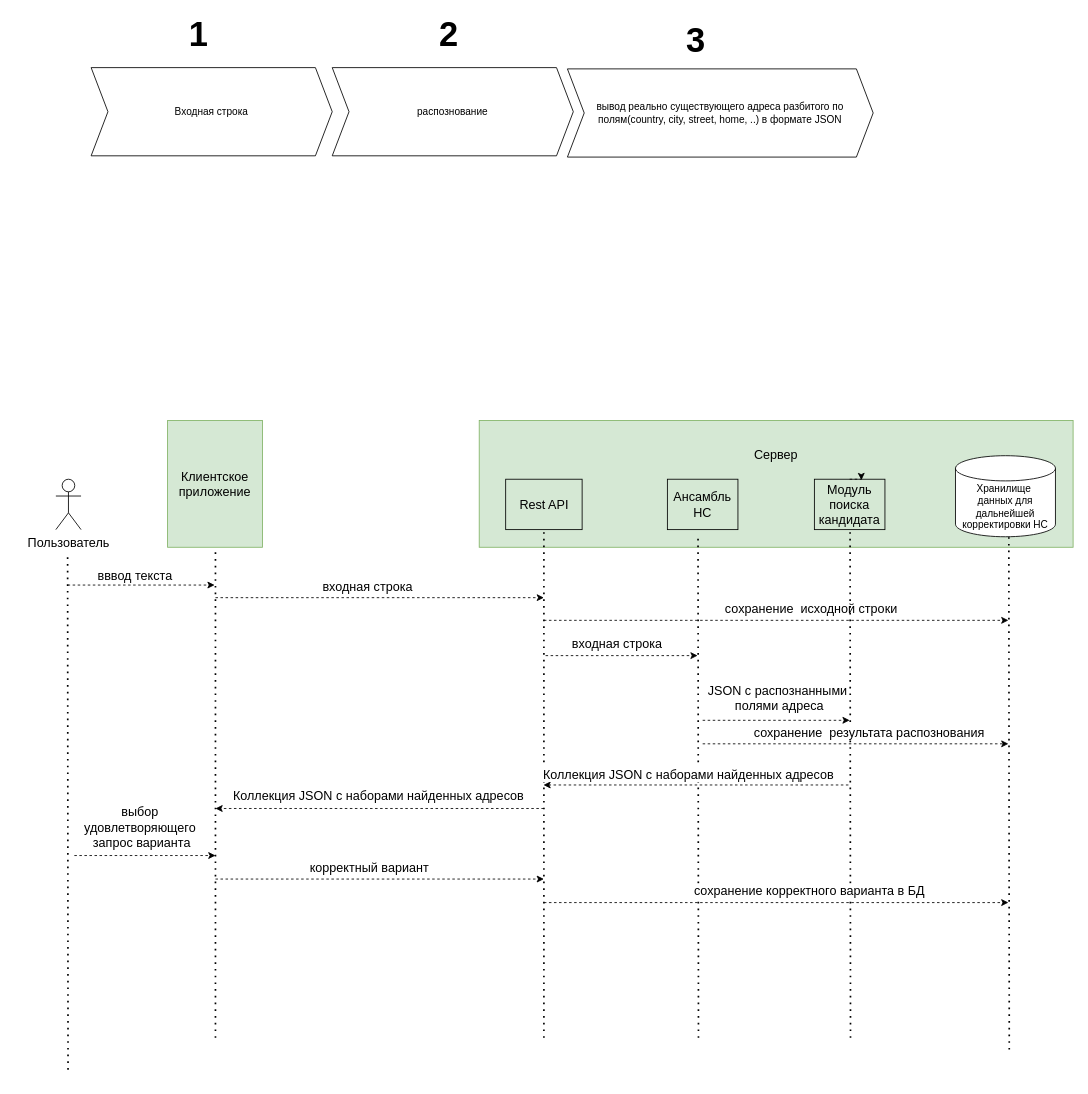
Above: Untitled Diagram.drawio in RakhimBek/normapi (draw.io), before the change. Source tidied: cells renumbered, new cells numbered last; positions are measured from the earlier drawing's top-left corner, leaving out a move shared by most shapes. Both pictures are drawn from the tidied source at 84%, with x=0, y=0 at pixel (55, 26).
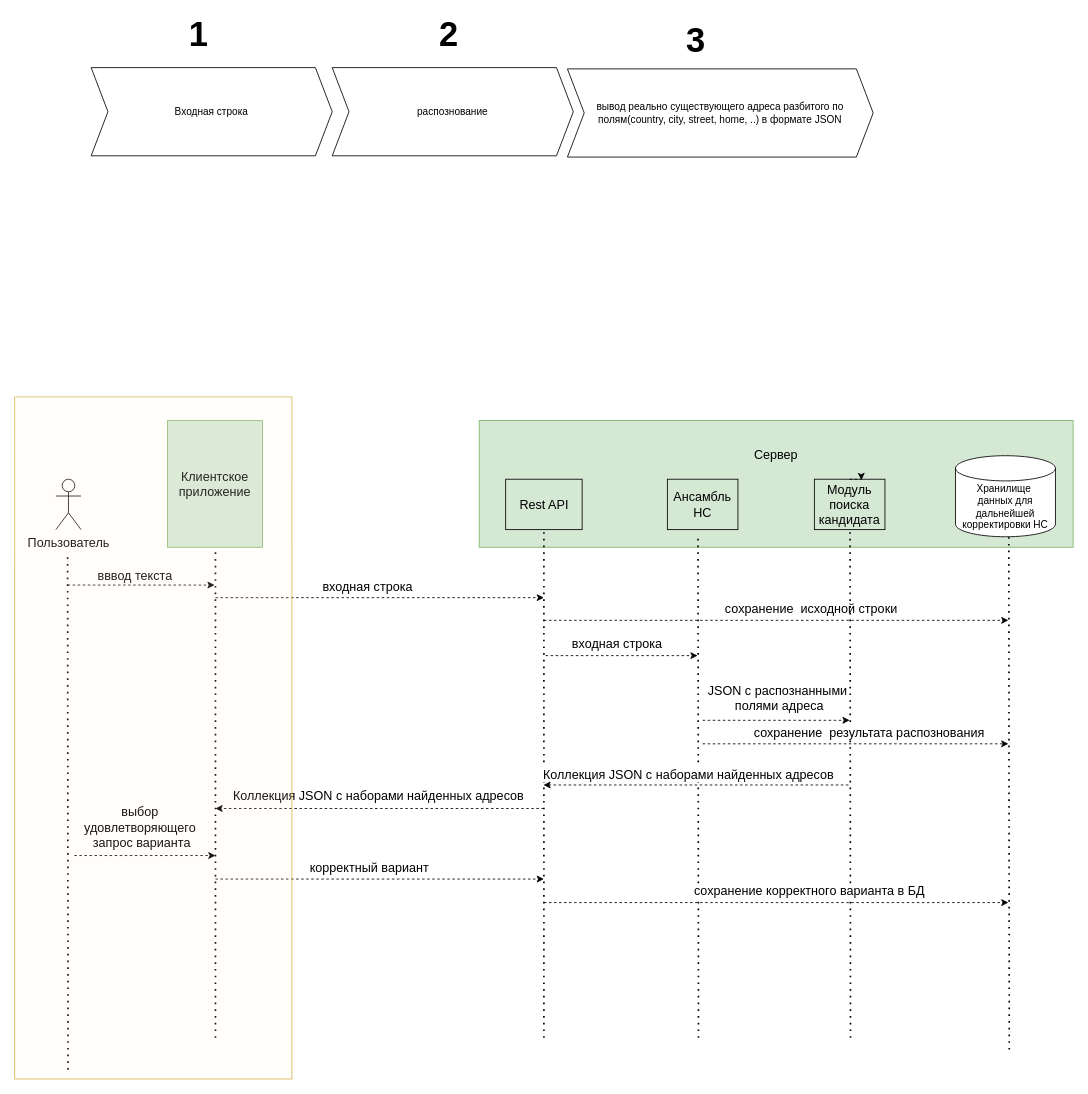
The same page after the edit.

Commit message:
Выделение клиентской части цветом

Change to the diagram source:
```diff
@@
+    <mxCell id="44" style="rounded=0;whiteSpace=wrap;html=1;shadow=0;glass=1;labelBackgroundColor=none;strokeWidth=1;fillColor=#fff2cc;fontSize=15;strokeColor=#d6b656;fillOpacity=9;" parent="1" vertex="1">
+      <mxGeometry x="-49" y="441" width="330" height="812" as="geometry" />
+    </mxCell>
```
